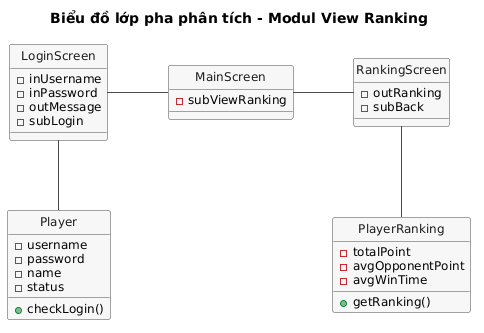
Earlier version of the PlantUML export docs/uml/pha2/class-analysis-m2.png (VattenL/mobile-pikachu).
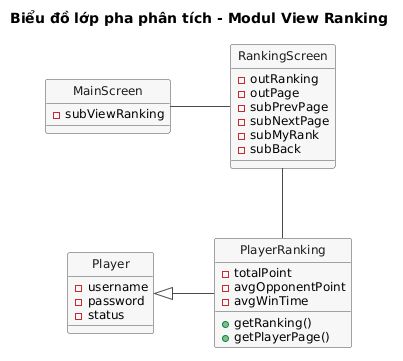
The same file after the commit.

What changed in the source:
```diff
@@ -15,28 +15,23 @@
   FontColor #1A1A1A
 }
 
-class LoginScreen {
-  - inUsername
-  - inPassword
-  - outMessage
-  - subLogin
-}
-
 class MainScreen {
   - subViewRanking
 }
 
 class RankingScreen {
   - outRanking
+  - outPage
+  - subPrevPage
+  - subNextPage
+  - subMyRank
   - subBack
 }
 
 class Player {
   - username
   - password
-  - name
   - status
-  + checkLogin()
 }
 
 class PlayerRanking {
@@ -44,11 +39,10 @@
   - avgOpponentPoint
   - avgWinTime
   + getRanking()
+  + getPlayerPage()
 }
 
-LoginScreen -right- MainScreen
 MainScreen -right- RankingScreen
-
-LoginScreen -down- Player
 RankingScreen -down- PlayerRanking
+PlayerRanking -left-|> Player
 @enduml
```
